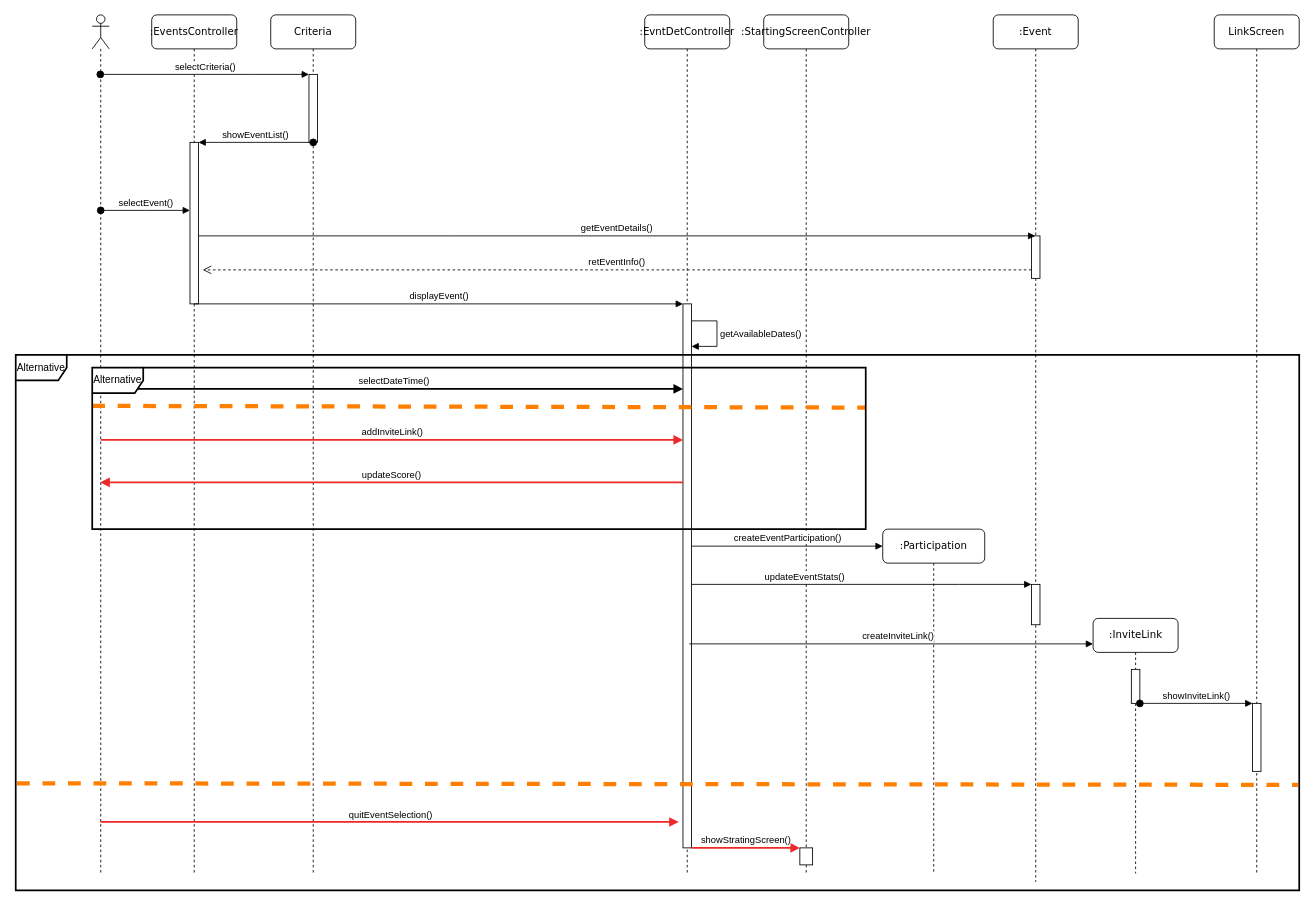
The draw.io diagram Phase-4/TempFiles/Diagrams/join-event-sequence.drawio in sfikastheo/CEID-SoftwareEngineering-2023, before the edit. Source tidied: cells renumbered, new cells numbered last; positions are measured from the earlier drawing's top-left corner, leaving out a move shared by most shapes. Both pictures are drawn from the tidied source at 85%, with x=0, y=0 at pixel (15, 14).
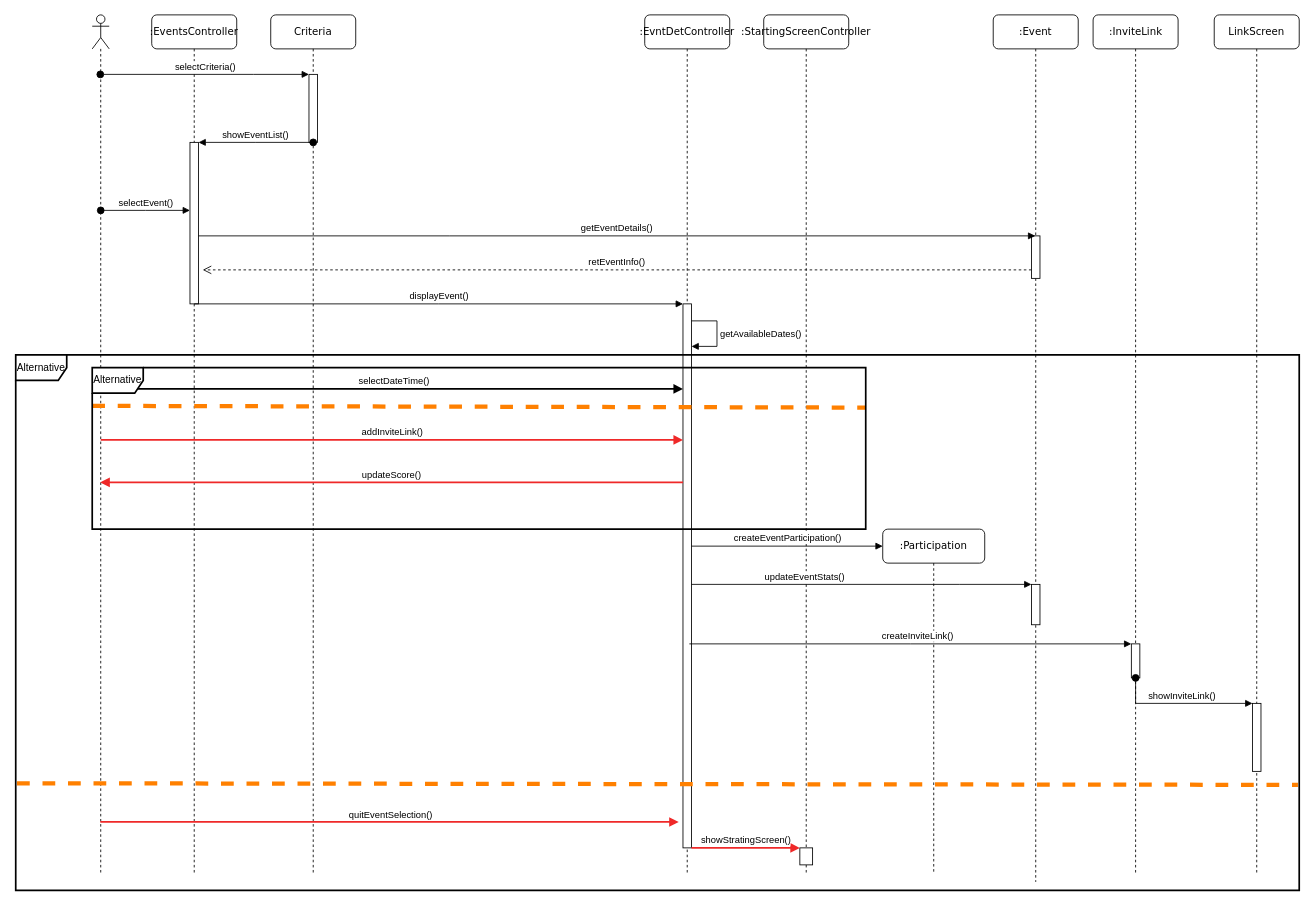
The same page after the edit.

Commit message (it also covers changes not shown here):
updated domain model + zisis sequence

The change refers to these unchanged cells:
```xml
<mxCell id="16" value=":Event" style="shape=umlLifeline;perimeter=lifelinePerimeter;whiteSpace=wrap;html=1;outlineConnect=0;rounded=1;shadow=0;comic=0;labelBackgroundColor=none;strokeWidth=1;fontFamily=Verdana;fontSize=12;align=center;" parent="1" vertex="1">
  <mxGeometry x="1150" width="100" height="1020" as="geometry" />
</mxCell>
```

The edit, as a diff of the source:
```diff
@@
-    <mxCell id="19" value="createInviteLink()" style="html=1;verticalAlign=bottom;endArrow=block;edgeStyle=elbowEdgeStyle;elbow=vertical;curved=0;rounded=0;" parent="16" edge="1">
+    <mxCell id="19" value="createInviteLink()" style="html=1;verticalAlign=bottom;endArrow=block;edgeStyle=elbowEdgeStyle;elbow=vertical;curved=0;rounded=0;" parent="16" edge="1" target="21">
       <mxGeometry x="0.03" relative="1" as="geometry">
         <mxPoint x="-357.5" y="740" as="sourcePoint" />
-        <mxPoint x="117.5" y="740.1" as="targetPoint" />
       </mxGeometry>
     </mxCell>
     <mxCell id="20" value=":InviteLink" style="shape=umlLifeline;perimeter=lifelinePerimeter;whiteSpace=wrap;html=1;rounded=1;shadow=0;comic=0;labelBackgroundColor=none;strokeWidth=1;fontFamily=Verdana;fontSize=12;align=center;" parent="1" vertex="1">
-      <mxGeometry x="1267.5" y="710" width="100" height="300" as="geometry" />
+      <mxGeometry x="1267.5" width="100" height="1010" as="geometry" />
     </mxCell>
     <mxCell id="21" style="html=1;points=[];perimeter=orthogonalPerimeter;outlineConnect=0;targetShapes=umlLifeline;portConstraint=eastwest;newEdgeStyle={&quot;edgeStyle&quot;:&quot;elbowEdgeStyle&quot;,&quot;elbow&quot;:&quot;vertical&quot;,&quot;curved&quot;:0,&quot;rounded&quot;:0};" parent="20" vertex="1">
-      <mxGeometry x="45" y="60" width="10" height="40" as="geometry" />
+      <mxGeometry x="45" y="740" width="10" height="40" as="geometry" />
     </mxCell>
```
